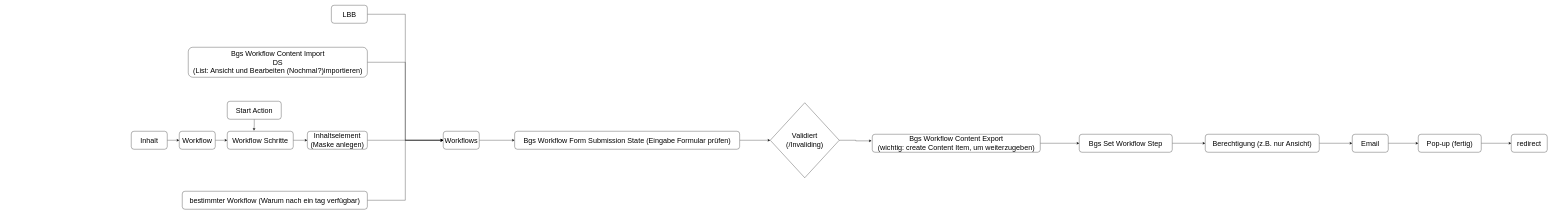
The draw.io diagram Workflow Verständis Diagram.drawio in masteryijian/Hallo-World-, before the edit. Source tidied: cells renumbered, new cells numbered last; positions are measured from the earlier drawing's top-left corner, leaving out a move shared by most shapes. Both pictures are drawn from the tidied source at 30%, with x=0, y=0 at pixel (131, 5).
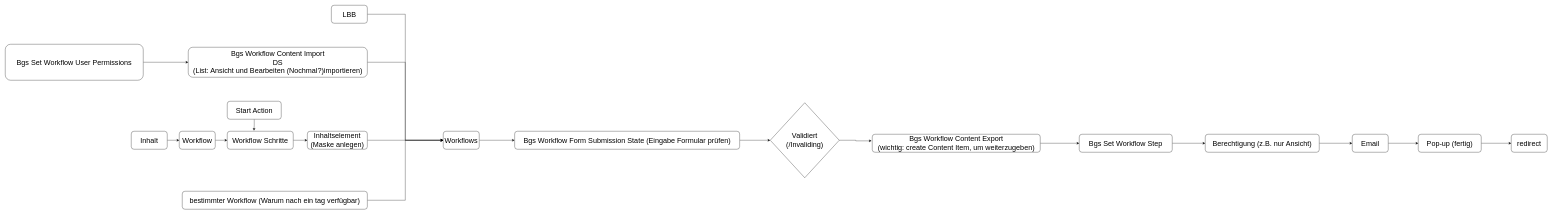
Above is the later version.

Unchanged cells that the change refers to:
```xml
<mxCell id="15" value="Bgs Workflow Content Import&lt;br&gt;DS&lt;br&gt;(List: Ansicht und Bearbeiten (Nochmal?)importieren)" style="rounded=1;whiteSpace=wrap;html=1;fontSize=24;" parent="1" vertex="1">
  <mxGeometry x="190" y="140" width="597" height="100" as="geometry" />
</mxCell>
```

Change to the diagram source:
```diff
@@
+    <mxCell id="35" style="edgeStyle=orthogonalEdgeStyle;rounded=0;jettySize=auto;html=1;entryX=0;entryY=0.5;entryDx=0;entryDy=0;" parent="1" edge="1" source="36" target="15">
+      <mxGeometry relative="1" as="geometry" />
+    </mxCell>
+    <mxCell id="36" value="&lt;span style=&quot;font-size: 24px&quot;&gt;Bgs Set Workflow User Permissions&lt;/span&gt;" style="rounded=1;whiteSpace=wrap;html=1;" parent="1" vertex="1">
+      <mxGeometry x="-420" y="130" width="460" height="120" as="geometry" />
+    </mxCell>
```
